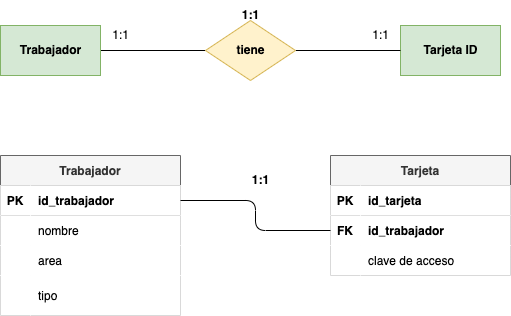
This is tareas/tarea-3/images/ejercicio3.drawio.png from deylansystem/actividadesBAE, a draw.io export, as it was before one commit. Source tidied: cells renumbered, new cells last; positions are measured from the earlier drawing's top-left corner, leaving out a move shared by most shapes.
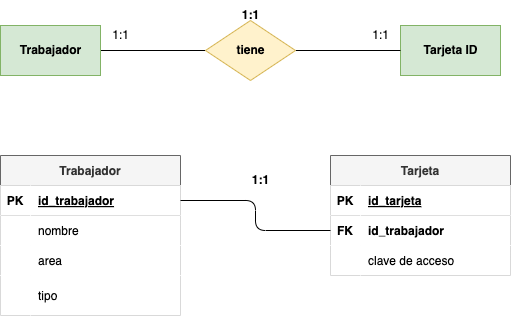
The same diagram one commit later.

Change to the diagram source:
```diff
@@ -35,7 +35,7 @@
     <mxCell id="12" value="PK" style="shape=partialRectangle;fillColor=#FFFFFF;top=0;left=0;bottom=0;right=0;fontStyle=1;overflow=hidden;fontColor=#000000;" parent="11" vertex="1">
       <mxGeometry width="30" height="30" as="geometry" />
     </mxCell>
-    <mxCell id="13" value="id_trabajador" style="shape=partialRectangle;fillColor=#FFFFFF;top=0;left=0;bottom=0;right=0;align=left;spacingLeft=6;fontStyle=1;overflow=hidden;fontColor=#000000;" parent="11" vertex="1">
+    <mxCell id="13" value="id_trabajador" style="shape=partialRectangle;fillColor=#FFFFFF;top=0;left=0;bottom=0;right=0;align=left;spacingLeft=6;fontStyle=5;overflow=hidden;fontColor=#000000;" parent="11" vertex="1">
       <mxGeometry x="30" width="150" height="30" as="geometry" />
     </mxCell>
     <mxCell id="14" style="shape=tableRow;horizontal=0;startSize=0;swimlaneHead=0;swimlaneBody=0;fillColor=#FFFFFF;top=0;left=0;right=0;bottom=0;fontColor=#000000;" parent="10" vertex="1">
@@ -74,7 +74,7 @@
     <mxCell id="25" value="PK" style="shape=partialRectangle;fillColor=#FFFFFF;top=0;left=0;bottom=0;right=0;fontStyle=1;overflow=hidden;fontColor=#000000;" parent="24" vertex="1">
       <mxGeometry width="30" height="30" as="geometry" />
     </mxCell>
-    <mxCell id="26" value="id_tarjeta" style="shape=partialRectangle;fillColor=#FFFFFF;top=0;left=0;bottom=0;right=0;align=left;spacingLeft=6;fontStyle=1;overflow=hidden;fontColor=#000000;" parent="24" vertex="1">
+    <mxCell id="26" value="id_tarjeta" style="shape=partialRectangle;fillColor=#FFFFFF;top=0;left=0;bottom=0;right=0;align=left;spacingLeft=6;fontStyle=5;overflow=hidden;fontColor=#000000;" parent="24" vertex="1">
       <mxGeometry x="30" width="150" height="30" as="geometry" />
     </mxCell>
     <mxCell id="27" style="shape=tableRow;horizontal=0;startSize=0;swimlaneHead=0;swimlaneBody=0;fillColor=#FFFFFF;points=[[0,0.5],[1,0.5]];portConstraint=eastwest;top=0;left=0;right=0;bottom=0;fontColor=#000000;" parent="23" vertex="1">
```
